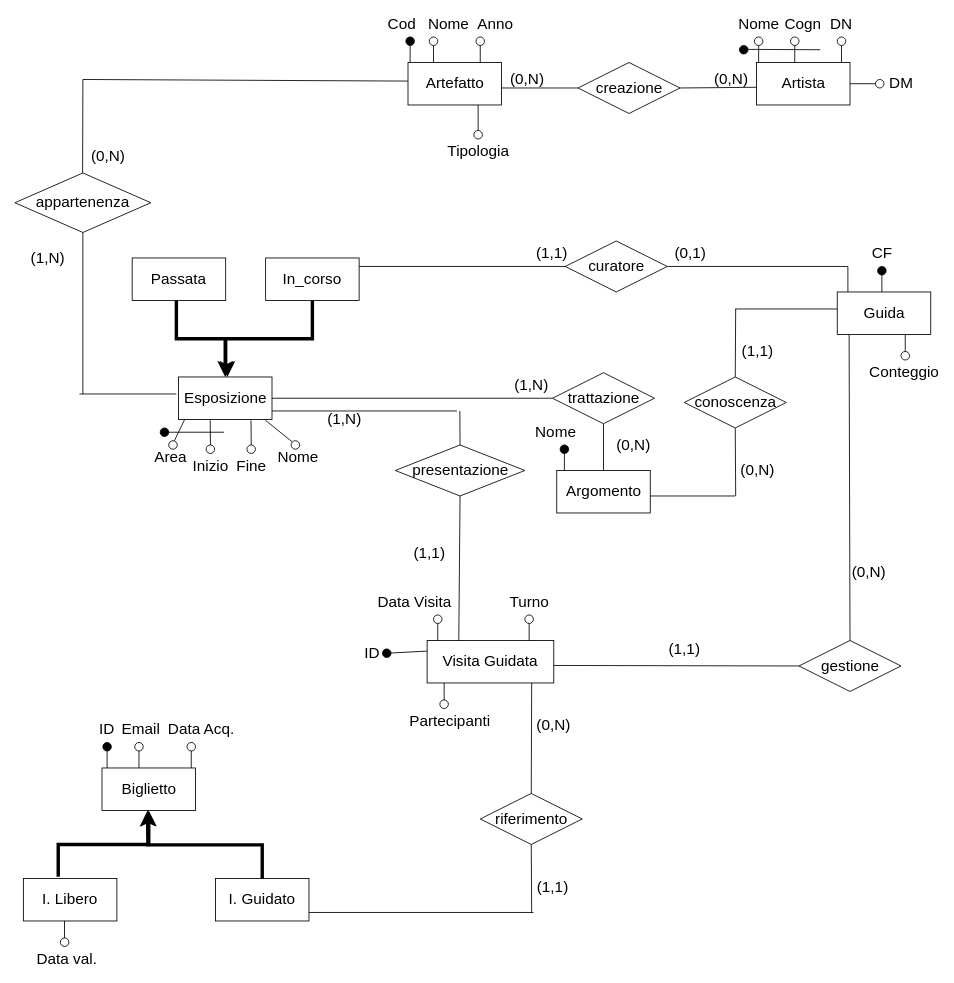
This is ER_v3.drawio from Chris-Libra-Unipd/ProgettoBasi, a draw.io file, before an edit. Source tidied: cells renumbered, new cells numbered last; positions are measured from the earlier drawing's top-left corner, leaving out a move shared by most shapes. Both pictures are drawn from the tidied source at 85%, with x=0, y=0 at pixel (14, 20).
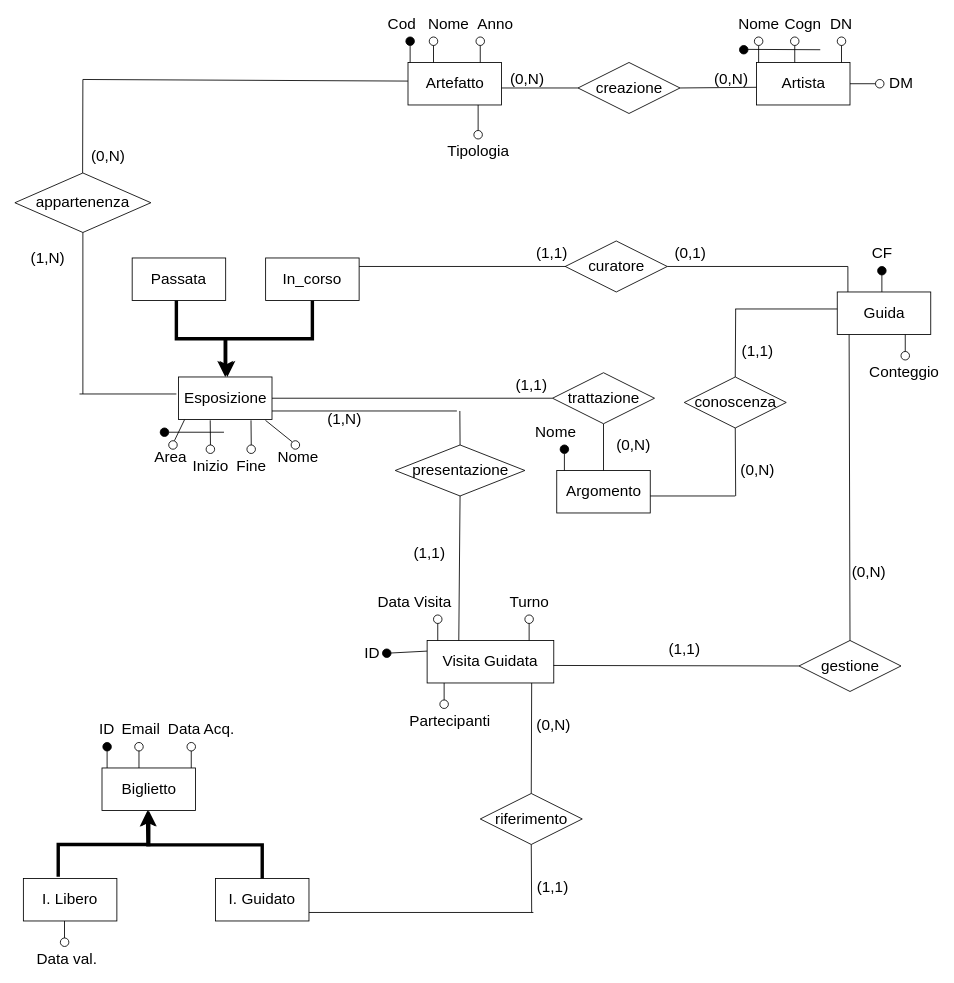
The same page after the edit.

Change to the diagram source:
```diff
@@
-    <mxCell id="53" value="&lt;font style=&quot;font-size: 18px;&quot;&gt;(1,N)&lt;/font&gt;" style="text;html=1;align=center;verticalAlign=middle;whiteSpace=wrap;rounded=0;" parent="1" vertex="1">
+    <mxCell id="53" value="&lt;font style=&quot;font-size: 18px;&quot;&gt;(1,1)&lt;/font&gt;" style="text;html=1;align=center;verticalAlign=middle;whiteSpace=wrap;rounded=0;" parent="1" vertex="1">
       <mxGeometry x="587.5" y="420" width="40" height="20" as="geometry" />
     </mxCell>
```
